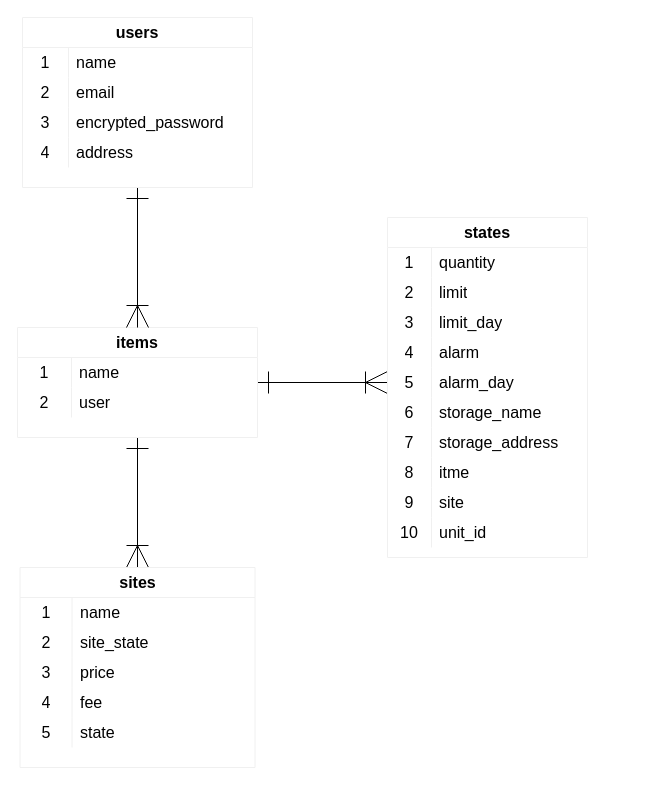
Before: .dio in takeyuki-i/warehouse, a draw.io diagram. Source tidied: cells renumbered, new cells numbered last; positions are measured from the earlier drawing's top-left corner, leaving out a move shared by most shapes. Both pictures are drawn from the tidied source at 100%, with x=0, y=0 at pixel (17, 17).
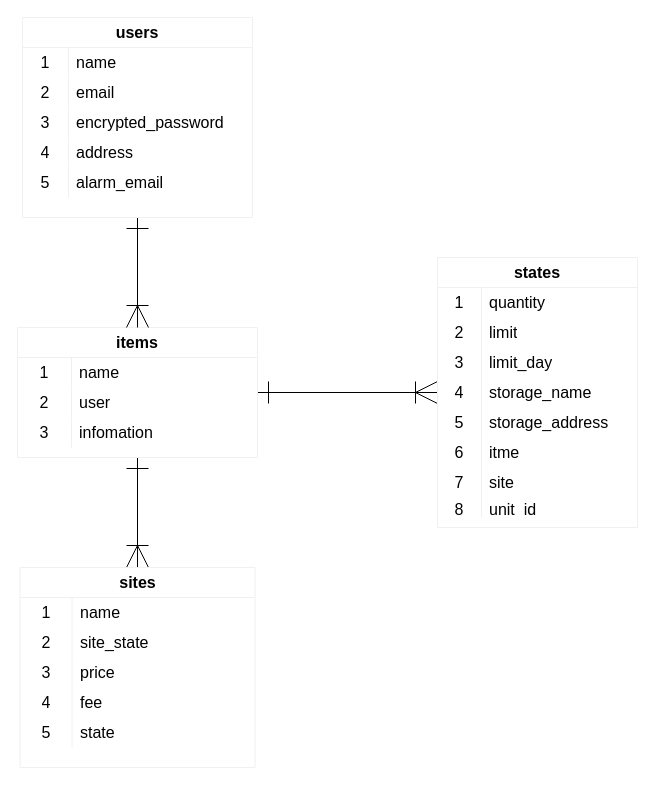
The same page after the edit.

Change to the diagram source:
```diff
@@
-    <mxCell id="19" style="edgeStyle=orthogonalEdgeStyle;rounded=0;jettySize=auto;html=1;entryX=0;entryY=0.5;entryDx=0;entryDy=0;startArrow=ERone;startFill=0;endArrow=ERoneToMany;endFill=0;endSize=20;startSize=20;" parent="1" edge="1" source="20" target="54">
+    <mxCell id="19" style="edgeStyle=orthogonalEdgeStyle;rounded=0;jettySize=auto;html=1;entryX=0;entryY=0.5;entryDx=0;entryDy=0;startArrow=ERone;startFill=0;endArrow=ERoneToMany;endFill=0;endSize=20;startSize=20;" parent="1" edge="1" source="20" target="57">
       <mxGeometry relative="1" as="geometry" />
     </mxCell>
     <mxCell id="20" value="items" style="shape=table;html=1;whiteSpace=wrap;startSize=30;childLayout=tableLayout;rowLines=0;fontStyle=1;align=center;strokeColor=#F0F0F0;fontSize=16;" parent="1" vertex="1">
-      <mxGeometry y="310" width="240" height="110" as="geometry" />
+      <mxGeometry y="310" width="240" height="130" as="geometry" />
     </mxCell>
@@
+    <mxCell id="72" style="shape=partialRectangle;html=1;whiteSpace=wrap;fillColor=none;top=0;left=0;bottom=0;right=0;" parent="20" vertex="1">
+      <mxGeometry y="90" width="240" height="30" as="geometry" />
+    </mxCell>
+    <mxCell id="73" value="3" style="shape=partialRectangle;html=1;whiteSpace=wrap;fillColor=none;top=0;left=0;bottom=0;right=0;overflow=hidden;fontSize=16;" parent="72" vertex="1">
+      <mxGeometry width="54" height="30" as="geometry" />
+    </mxCell>
+    <mxCell id="74" value="infomation" style="shape=partialRectangle;html=1;whiteSpace=wrap;fillColor=none;top=0;left=0;bottom=0;right=0;align=left;spacingLeft=6;overflow=hidden;fontSize=16;" parent="72" vertex="1">
+      <mxGeometry x="54" width="186" height="30" as="geometry" />
+    </mxCell>
@@
     <mxCell id="28" value="users" style="shape=table;html=1;whiteSpace=wrap;startSize=30;childLayout=tableLayout;rowLines=0;fontStyle=1;align=center;strokeColor=#F0F0F0;fontSize=16;" parent="1" vertex="1">
-      <mxGeometry x="5" width="230" height="170" as="geometry" />
+      <mxGeometry x="5" width="230" height="200" as="geometry" />
     </mxCell>
@@
+    <mxCell id="75" style="shape=partialRectangle;html=1;whiteSpace=wrap;fillColor=none;top=0;left=0;bottom=0;right=0;" parent="28" vertex="1">
+      <mxGeometry y="150" width="230" height="30" as="geometry" />
+    </mxCell>
+    <mxCell id="55" value="5" style="shape=partialRectangle;html=1;whiteSpace=wrap;fillColor=none;top=0;left=0;bottom=0;right=0;overflow=hidden;fontSize=16;" parent="75" vertex="1">
+      <mxGeometry width="46" height="30" as="geometry" />
+    </mxCell>
+    <mxCell id="76" value="alarm_email" style="shape=partialRectangle;html=1;whiteSpace=wrap;fillColor=none;top=0;left=0;bottom=0;right=0;align=left;spacingLeft=6;overflow=hidden;fontSize=16;" parent="75" vertex="1">
+      <mxGeometry x="46" width="184" height="30" as="geometry" />
+    </mxCell>
     <mxCell id="41" value="states" style="shape=table;html=1;whiteSpace=wrap;startSize=30;childLayout=tableLayout;rowLines=0;fontStyle=1;align=center;strokeColor=#F0F0F0;fontSize=16;" parent="1" vertex="1">
-      <mxGeometry x="370" y="200" width="200" height="340" as="geometry" />
+      <mxGeometry x="420" y="240" width="200" height="270" as="geometry" />
     </mxCell>
@@
-    <mxCell id="51" style="shape=partialRectangle;html=1;whiteSpace=wrap;fillColor=none;top=0;left=0;bottom=0;right=0;" parent="41" vertex="1">
-      <mxGeometry y="120" width="200" height="30" as="geometry" />
-    </mxCell>
-    <mxCell id="52" value="4" style="shape=partialRectangle;html=1;whiteSpace=wrap;fillColor=none;top=0;left=0;bottom=0;right=0;overflow=hidden;fontSize=16;" parent="51" vertex="1">
-      <mxGeometry width="44" height="30" as="geometry" />
-    </mxCell>
-    <mxCell id="53" value="alarm" style="shape=partialRectangle;html=1;whiteSpace=wrap;fillColor=none;top=0;left=0;bottom=0;right=0;align=left;spacingLeft=6;overflow=hidden;fontSize=16;" parent="51" vertex="1">
-      <mxGeometry x="44" width="156" height="30" as="geometry" />
-    </mxCell>
-    <mxCell id="54" style="shape=partialRectangle;html=1;whiteSpace=wrap;fillColor=none;top=0;left=0;bottom=0;right=0;points=[[0,0.5],[1,0.5]];portConstraint=eastwest;" parent="41" vertex="1">
-      <mxGeometry y="150" width="200" height="30" as="geometry" />
-    </mxCell>
-    <mxCell id="55" value="5" style="shape=partialRectangle;html=1;whiteSpace=wrap;fillColor=none;top=0;left=0;bottom=0;right=0;overflow=hidden;fontSize=16;" parent="54" vertex="1">
-      <mxGeometry width="44" height="30" as="geometry" />
-    </mxCell>
-    <mxCell id="56" value="alarm_day" style="shape=partialRectangle;html=1;whiteSpace=wrap;fillColor=none;top=0;left=0;bottom=0;right=0;align=left;spacingLeft=6;overflow=hidden;fontSize=16;" parent="54" vertex="1">
-      <mxGeometry x="44" width="156" height="30" as="geometry" />
-    </mxCell>
     <mxCell id="57" style="shape=partialRectangle;html=1;whiteSpace=wrap;fillColor=none;top=0;left=0;bottom=0;right=0;points=[[0,0.5],[1,0.5]];portConstraint=eastwest;" parent="41" vertex="1">
-      <mxGeometry y="180" width="200" height="30" as="geometry" />
+      <mxGeometry y="120" width="200" height="30" as="geometry" />
     </mxCell>
-    <mxCell id="58" value="6" style="shape=partialRectangle;html=1;whiteSpace=wrap;fillColor=none;top=0;left=0;bottom=0;right=0;overflow=hidden;fontSize=16;" parent="57" vertex="1">
+    <mxCell id="58" value="4" style="shape=partialRectangle;html=1;whiteSpace=wrap;fillColor=none;top=0;left=0;bottom=0;right=0;overflow=hidden;fontSize=16;" parent="57" vertex="1">
       <mxGeometry width="44" height="30" as="geometry" />
     </mxCell>
@@
     <mxCell id="60" style="shape=partialRectangle;html=1;whiteSpace=wrap;fillColor=none;top=0;left=0;bottom=0;right=0;" parent="41" vertex="1">
-      <mxGeometry y="210" width="200" height="30" as="geometry" />
+      <mxGeometry y="150" width="200" height="30" as="geometry" />
     </mxCell>
-    <mxCell id="61" value="7" style="shape=partialRectangle;html=1;whiteSpace=wrap;fillColor=none;top=0;left=0;bottom=0;right=0;overflow=hidden;fontSize=16;" parent="60" vertex="1">
+    <mxCell id="61" value="5" style="shape=partialRectangle;html=1;whiteSpace=wrap;fillColor=none;top=0;left=0;bottom=0;right=0;overflow=hidden;fontSize=16;" parent="60" vertex="1">
       <mxGeometry width="44" height="30" as="geometry" />
     </mxCell>
@@
     <mxCell id="63" style="shape=partialRectangle;html=1;whiteSpace=wrap;fillColor=none;top=0;left=0;bottom=0;right=0;" parent="41" vertex="1">
-      <mxGeometry y="240" width="200" height="30" as="geometry" />
+      <mxGeometry y="180" width="200" height="30" as="geometry" />
     </mxCell>
-    <mxCell id="64" value="8" style="shape=partialRectangle;html=1;whiteSpace=wrap;fillColor=none;top=0;left=0;bottom=0;right=0;overflow=hidden;fontSize=16;" parent="63" vertex="1">
+    <mxCell id="64" value="6" style="shape=partialRectangle;html=1;whiteSpace=wrap;fillColor=none;top=0;left=0;bottom=0;right=0;overflow=hidden;fontSize=16;" parent="63" vertex="1">
       <mxGeometry width="44" height="30" as="geometry" />
     </mxCell>
@@
     <mxCell id="66" style="shape=partialRectangle;html=1;whiteSpace=wrap;fillColor=none;top=0;left=0;bottom=0;right=0;" parent="41" vertex="1">
-      <mxGeometry y="270" width="200" height="30" as="geometry" />
+      <mxGeometry y="210" width="200" height="30" as="geometry" />
     </mxCell>
-    <mxCell id="67" value="9" style="shape=partialRectangle;html=1;whiteSpace=wrap;fillColor=none;top=0;left=0;bottom=0;right=0;overflow=hidden;fontSize=16;" parent="66" vertex="1">
+    <mxCell id="67" value="7" style="shape=partialRectangle;html=1;whiteSpace=wrap;fillColor=none;top=0;left=0;bottom=0;right=0;overflow=hidden;fontSize=16;" parent="66" vertex="1">
       <mxGeometry width="44" height="30" as="geometry" />
     </mxCell>
@@
     <mxCell id="69" style="shape=partialRectangle;html=1;whiteSpace=wrap;fillColor=none;top=0;left=0;bottom=0;right=0;strokeColor=none;" parent="41" vertex="1">
-      <mxGeometry y="300" width="200" height="30" as="geometry" />
+      <mxGeometry y="240" width="200" height="20" as="geometry" />
     </mxCell>
-    <mxCell id="70" value="10" style="shape=partialRectangle;html=1;whiteSpace=wrap;fillColor=none;top=0;left=0;bottom=0;right=0;overflow=hidden;fontSize=16;" parent="69" vertex="1">
-      <mxGeometry width="44" height="30" as="geometry" />
+    <mxCell id="70" value="8" style="shape=partialRectangle;html=1;whiteSpace=wrap;fillColor=none;top=0;left=0;bottom=0;right=0;overflow=hidden;fontSize=16;" parent="69" vertex="1">
+      <mxGeometry width="44" height="20" as="geometry" />
     </mxCell>
     <mxCell id="71" value="unit_id" style="shape=partialRectangle;html=1;whiteSpace=wrap;fillColor=none;top=0;left=0;bottom=0;right=0;align=left;spacingLeft=6;overflow=hidden;fontSize=16;" parent="69" vertex="1">
-      <mxGeometry x="44" width="156" height="30" as="geometry" />
+      <mxGeometry x="44" width="156" height="20" as="geometry" />
     </mxCell>
```
